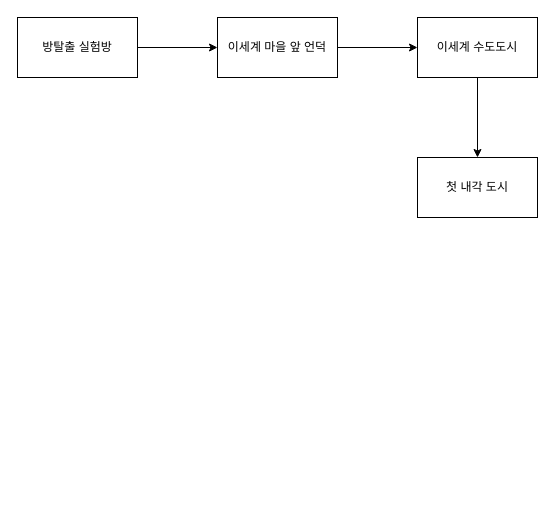
The draw.io diagram 처음.drawio in tlMark/FlowChart, before the edit. Source tidied: cells renumbered, new cells numbered last; positions are measured from the earlier drawing's top-left corner, leaving out a move shared by most shapes. Both pictures are drawn from the tidied source at 100%, with x=0, y=0 at pixel (17, 17).
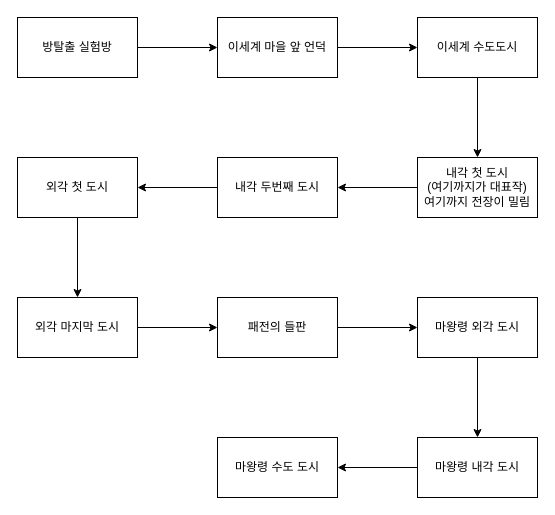
After the change.

Commit message (it also covers changes not shown here):
처음.drawio 업데이트

The edit, as a diff of the source:
```diff
@@
+    <mxCell id="9" style="edgeStyle=orthogonalEdgeStyle;rounded=0;jettySize=auto;html=1;" parent="1" edge="1" source="8" target="11">
+      <mxGeometry relative="1" as="geometry" />
+    </mxCell>
-    <mxCell id="8" value="첫 내각 도시" style="whiteSpace=wrap;html=1;rounded=0;" parent="1" vertex="1">
+    <mxCell id="8" value="내각 첫 도시&lt;div&gt;(여기까지가 대표작)&lt;/div&gt;&lt;div&gt;여기까지 전장이 밀림&lt;/div&gt;" style="whiteSpace=wrap;html=1;rounded=0;" parent="1" vertex="1">
       <mxGeometry x="400" y="140" width="120" height="60" as="geometry" />
     </mxCell>
+    <mxCell id="10" style="edgeStyle=orthogonalEdgeStyle;rounded=0;jettySize=auto;html=1;" parent="1" edge="1" source="11" target="13">
+      <mxGeometry relative="1" as="geometry" />
+    </mxCell>
+    <mxCell id="11" value="내각 두번째 도시" style="whiteSpace=wrap;html=1;rounded=0;" parent="1" vertex="1">
+      <mxGeometry x="200" y="140" width="120" height="60" as="geometry" />
+    </mxCell>
+    <mxCell id="12" style="edgeStyle=orthogonalEdgeStyle;rounded=0;jettySize=auto;html=1;" parent="1" edge="1" source="13" target="15">
+      <mxGeometry relative="1" as="geometry" />
+    </mxCell>
+    <mxCell id="13" value="외각 첫 도시" style="whiteSpace=wrap;html=1;rounded=0;" parent="1" vertex="1">
+      <mxGeometry y="140" width="120" height="60" as="geometry" />
+    </mxCell>
+    <mxCell id="14" style="edgeStyle=orthogonalEdgeStyle;rounded=0;jettySize=auto;html=1;" parent="1" edge="1" source="15" target="17">
+      <mxGeometry relative="1" as="geometry" />
+    </mxCell>
+    <mxCell id="15" value="외각 마지막 도시" style="whiteSpace=wrap;html=1;rounded=0;" parent="1" vertex="1">
+      <mxGeometry y="280" width="120" height="60" as="geometry" />
+    </mxCell>
+    <mxCell id="16" style="edgeStyle=orthogonalEdgeStyle;rounded=0;jettySize=auto;html=1;" parent="1" edge="1" source="17" target="19">
+      <mxGeometry relative="1" as="geometry" />
+    </mxCell>
+    <mxCell id="17" value="패전의 들판" style="whiteSpace=wrap;html=1;rounded=0;" parent="1" vertex="1">
+      <mxGeometry x="200" y="280" width="120" height="60" as="geometry" />
+    </mxCell>
+    <mxCell id="18" style="edgeStyle=orthogonalEdgeStyle;rounded=0;jettySize=auto;html=1;" parent="1" edge="1" source="19" target="21">
+      <mxGeometry relative="1" as="geometry" />
+    </mxCell>
+    <mxCell id="19" value="마왕령 외각 도시" style="whiteSpace=wrap;html=1;rounded=0;" parent="1" vertex="1">
+      <mxGeometry x="400" y="280" width="120" height="60" as="geometry" />
+    </mxCell>
+    <mxCell id="20" style="edgeStyle=orthogonalEdgeStyle;rounded=0;jettySize=auto;html=1;" parent="1" edge="1" source="21" target="22">
+      <mxGeometry relative="1" as="geometry" />
+    </mxCell>
+    <mxCell id="21" value="마왕령 내각 도시" style="whiteSpace=wrap;html=1;rounded=0;" parent="1" vertex="1">
+      <mxGeometry x="400" y="420" width="120" height="60" as="geometry" />
+    </mxCell>
+    <mxCell id="22" value="마왕령 수도 도시" style="whiteSpace=wrap;html=1;rounded=0;" parent="1" vertex="1">
+      <mxGeometry x="200" y="420" width="120" height="60" as="geometry" />
+    </mxCell>
```
